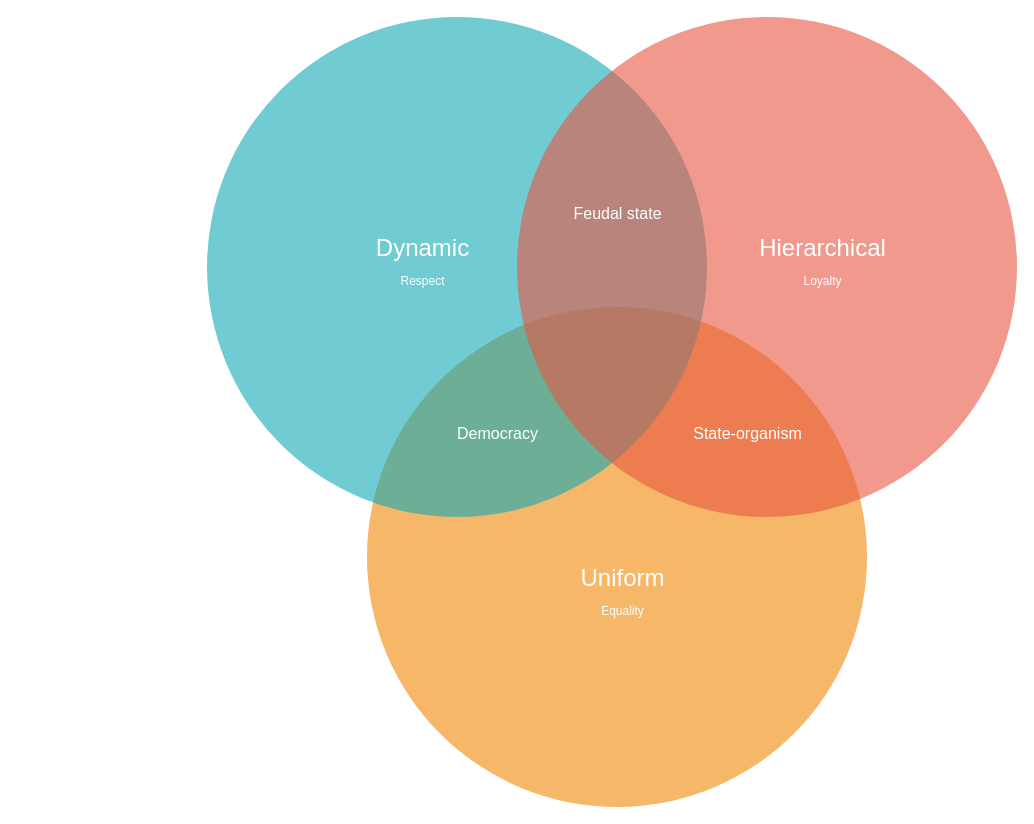
This is Диаграмма без названия.drawio from nosovicki/instructions, a draw.io file, before an edit. Source tidied: cells renumbered, new cells numbered last; positions are measured from the earlier drawing's top-left corner, leaving out a move shared by most shapes. Both pictures are drawn from the tidied source at 100%, with x=0, y=0 at pixel (207, 16).
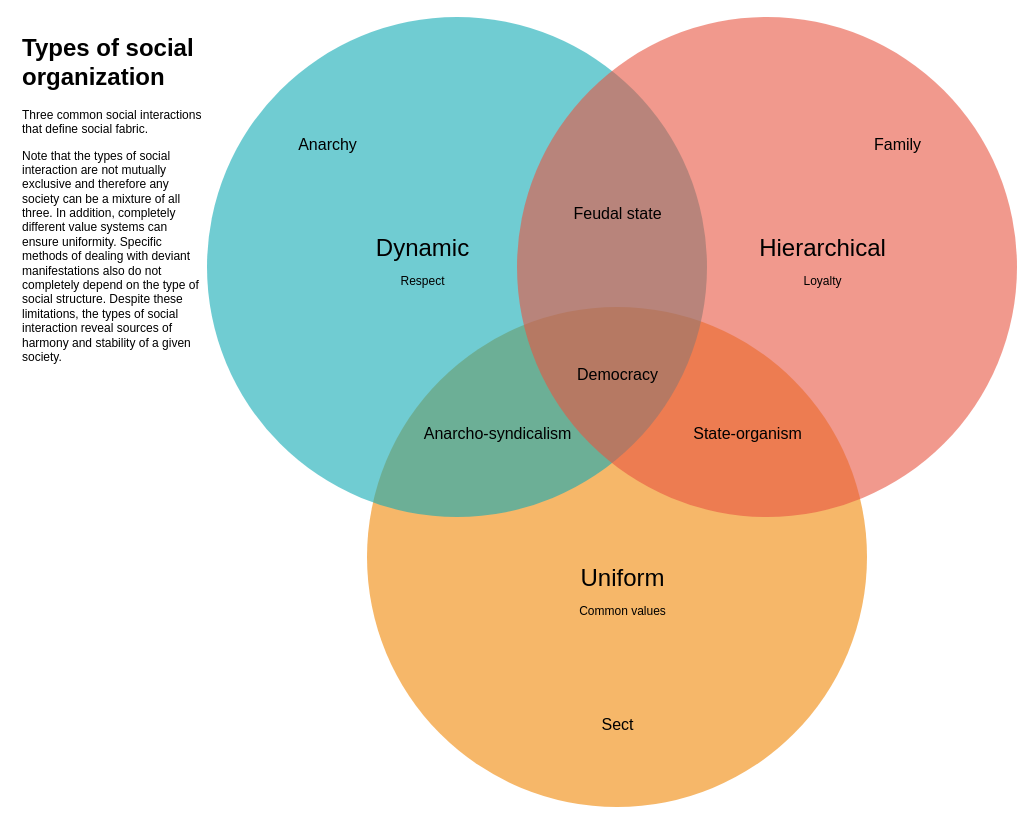
The same page after the edit.

Commit message:
Update Social organization

The edit, as a diff of the source:
```diff
@@
 <mxGraphModel>
   <root>
     <mxCell id="0" />
     <mxCell id="1" parent="0" />
     <mxCell id="2" style="ellipse;fillColor=#F08705;opacity=60;strokeColor=none;html=1;fontColor=#FFFFFF;" parent="1" vertex="1">
       <mxGeometry x="159.5" y="290.5" width="500" height="500" as="geometry" />
     </mxCell>
-    <mxCell id="3" style="ellipse;fillColor=#12AAB5;opacity=60;strokeColor=none;html=1;fontColor=#FFFFFF;" parent="1" vertex="1">
+    <mxCell id="3" style="ellipse;fillColor=#12AAB5;opacity=60;strokeColor=none;html=1;fontColor=#000000;" parent="1" vertex="1">
       <mxGeometry x="-0.5" y="0.5" width="500" height="500" as="geometry" />
     </mxCell>
-    <mxCell id="4" style="ellipse;fillColor=#e85642;opacity=60;strokeColor=none;html=1;fontColor=#FFFFFF;" parent="1" vertex="1">
+    <mxCell id="4" style="ellipse;fillColor=#e85642;opacity=60;strokeColor=none;html=1;fontColor=#000000;" parent="1" vertex="1">
       <mxGeometry x="309.5" y="0.5" width="500" height="500" as="geometry" />
     </mxCell>
-    <mxCell id="5" value="Dynamic&lt;br&gt;&lt;font style=&quot;font-size: 12px;&quot;&gt;Respect&lt;/font&gt;" style="text;fontSize=24;align=center;verticalAlign=middle;html=1;fontColor=#FFFFFF;" parent="1" vertex="1">
+    <mxCell id="5" value="Dynamic&lt;br&gt;&lt;font style=&quot;font-size: 12px;&quot;&gt;Respect&lt;/font&gt;" style="text;fontSize=24;align=center;verticalAlign=middle;html=1;fontColor=#000000;" parent="1" vertex="1">
       <mxGeometry x="119.5" y="210.5" width="190" height="70" as="geometry" />
     </mxCell>
-    <mxCell id="6" value="Hierarchical&lt;br&gt;&lt;font style=&quot;font-size: 12px;&quot;&gt;Loyalty&lt;/font&gt;" style="text;fontSize=24;align=center;verticalAlign=middle;html=1;fontColor=#FFFFFF;" parent="1" vertex="1">
+    <mxCell id="6" value="Hierarchical&lt;br&gt;&lt;font style=&quot;font-size: 12px;&quot;&gt;Loyalty&lt;/font&gt;" style="text;fontSize=24;align=center;verticalAlign=middle;html=1;fontColor=#000000;" parent="1" vertex="1">
       <mxGeometry x="519.5" y="210.5" width="190" height="70" as="geometry" />
     </mxCell>
-    <mxCell id="7" value="Uniform&lt;br&gt;&lt;font style=&quot;font-size: 12px;&quot;&gt;Equality&lt;/font&gt;" style="text;fontSize=24;align=center;verticalAlign=middle;html=1;fontColor=#FFFFFF;" parent="1" vertex="1">
+    <mxCell id="7" value="Uniform&lt;br&gt;&lt;font style=&quot;font-size: 12px;&quot;&gt;Common values&lt;/font&gt;" style="text;fontSize=24;align=center;verticalAlign=middle;html=1;fontColor=#000000;" parent="1" vertex="1">
       <mxGeometry x="319.5" y="540.5" width="190" height="70" as="geometry" />
     </mxCell>
-    <mxCell id="8" value="Feudal state" style="text;align=center;html=1;fontColor=#FFFFFF;fontSize=16;" parent="1" vertex="1">
+    <mxCell id="8" value="Feudal state" style="text;align=center;html=1;fontColor=#000000;fontSize=16;" parent="1" vertex="1">
       <mxGeometry x="389.5" y="180.5" width="40" height="40" as="geometry" />
     </mxCell>
-    <mxCell id="9" value="Democracy" style="text;align=center;html=1;fontColor=#FFFFFF;fontSize=16;" parent="1" vertex="1">
+    <mxCell id="9" value="Anarcho-syndicalism" style="text;align=center;html=1;fontColor=#000000;fontSize=16;" parent="1" vertex="1">
       <mxGeometry x="269.5" y="400.5" width="40" height="40" as="geometry" />
     </mxCell>
-    <mxCell id="10" value="State-organism" style="text;align=center;html=1;fontColor=#FFFFFF;fontSize=16;" parent="1" vertex="1">
+    <mxCell id="10" value="State-organism" style="text;align=center;html=1;fontColor=#000000;fontSize=16;" parent="1" vertex="1">
       <mxGeometry x="519.5" y="400.5" width="40" height="40" as="geometry" />
     </mxCell>
+    <mxCell id="11" value="Democracy" style="text;align=center;html=1;fontColor=#000000;fontSize=16;" parent="1" vertex="1">
+      <mxGeometry x="389.5" y="342" width="40" height="40" as="geometry" />
+    </mxCell>
+    <mxCell id="12" value="Anarchy" style="text;align=center;html=1;fontColor=#000000;fontSize=16;" parent="1" vertex="1">
+      <mxGeometry x="100" y="112" width="40" height="40" as="geometry" />
+    </mxCell>
+    <mxCell id="13" value="Family" style="text;align=center;html=1;fontColor=#000000;fontSize=16;" parent="1" vertex="1">
+      <mxGeometry x="669.5" y="112" width="40" height="40" as="geometry" />
+    </mxCell>
+    <mxCell id="14" value="Sect" style="text;align=center;html=1;fontColor=#000000;fontSize=16;" parent="1" vertex="1">
+      <mxGeometry x="389.5" y="692" width="40" height="40" as="geometry" />
+    </mxCell>
+    <mxCell id="15" value="&lt;h1&gt;Types of social organization&lt;/h1&gt;&lt;p&gt;Three common social interactions that define social fabric.&lt;/p&gt;&lt;p&gt;&lt;span style=&quot;background-color: initial;&quot;&gt;Note that the types of social interaction are not mutually exclusive and therefore any society can be a mixture of all three. In addition, completely different value systems can ensure uniformity. Specific methods of dealing with deviant manifestations also do not completely depend on the type of social structure. Despite these limitations, the types of social interaction reveal sources of harmony and stability of a given society.&lt;/span&gt;&lt;br&gt;&lt;/p&gt;" style="text;html=1;strokeColor=none;fillColor=none;spacing=5;spacingTop=-20;whiteSpace=wrap;overflow=hidden;rounded=0;fontSize=12;fontColor=#000000;" parent="1" vertex="1">
+      <mxGeometry x="-190.5" y="12" width="190" height="690" as="geometry" />
+    </mxCell>
   </root>
 </mxGraphModel>
```
